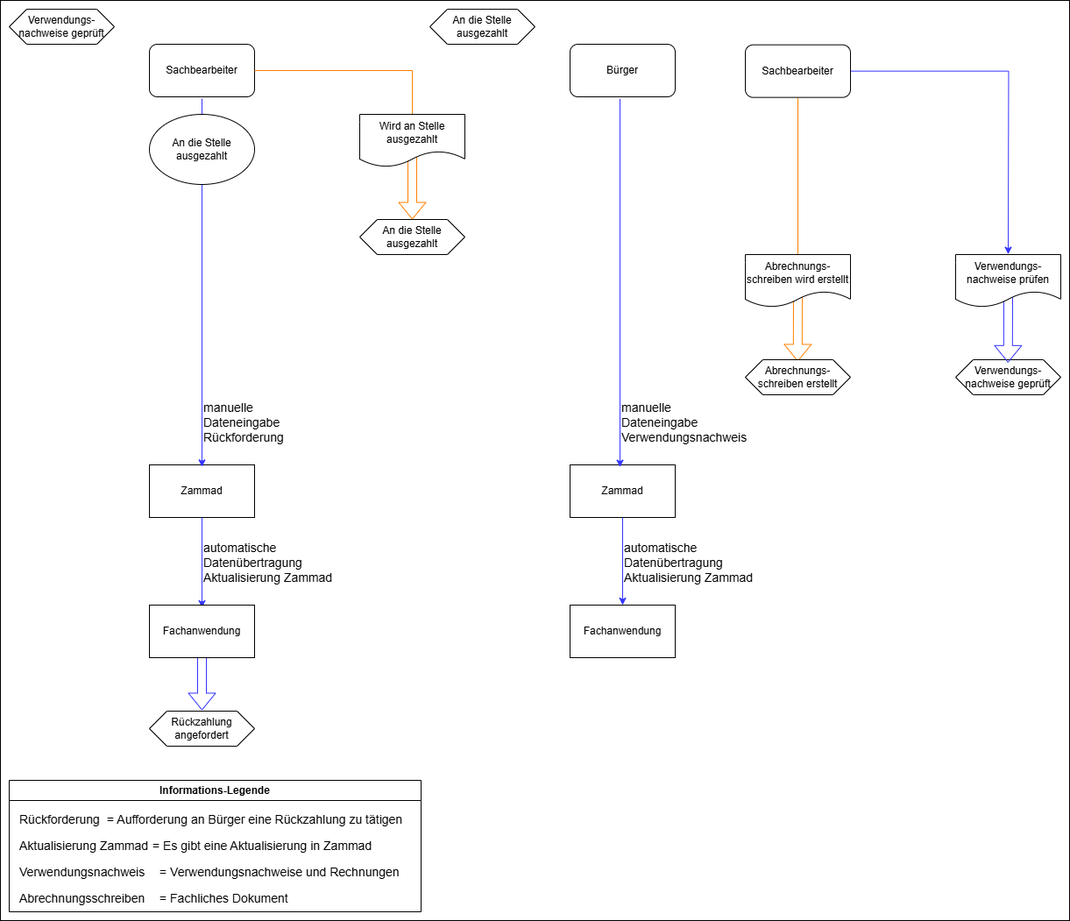
The draw.io diagram docs/src/about/dataflow-diagram/Finanzierung-state.png in it-at-m/stadtbezirksbudget, before a commit. Source tidied: cells renumbered, new cells last; positions are measured from the earlier drawing's top-left corner, leaving out a move shared by most shapes. The source it was exported from:
```xml
<mxGraphModel>
  <root>
    <mxCell id="0" />
    <mxCell id="1" parent="0" />
    <mxCell id="2" value="Verwendungs-&lt;div&gt;nachweise geprüft&lt;/div&gt;" style="shape=hexagon;perimeter=hexagonPerimeter2;whiteSpace=wrap;html=1;fixedSize=1;" parent="1" vertex="1">
      <mxGeometry x="10" y="10" width="120" height="40" as="geometry" />
    </mxCell>
    <mxCell id="3" value="Sachbearbeiter" style="rounded=1;whiteSpace=wrap;html=1;" parent="1" vertex="1">
      <mxGeometry x="170" y="50" width="120" height="60" as="geometry" />
    </mxCell>
    <mxCell id="4" value="Informations-Legende" style="swimlane;whiteSpace=wrap;html=1;" parent="1" vertex="1">
      <mxGeometry x="10" y="890" width="470" height="150" as="geometry" />
    </mxCell>
    <mxCell id="5" value="&lt;font style=&quot;font-size: 14px;&quot;&gt;=&lt;/font&gt;&lt;span style=&quot;font-size: 14px;&quot;&gt;&amp;nbsp;Aufforderung an Bürger eine Rückzahlung zu tätigen&lt;/span&gt;" style="text;html=1;align=left;verticalAlign=middle;strokeColor=none;fillColor=none;" parent="4" vertex="1">
      <mxGeometry x="110" y="30" width="360" height="30" as="geometry" />
    </mxCell>
    <mxCell id="6" value="&lt;span style=&quot;font-size: 14px;&quot;&gt;Rückforderung&lt;/span&gt;" style="text;whiteSpace=wrap;html=1;" parent="4" vertex="1">
      <mxGeometry x="10" y="30" width="160" height="30" as="geometry" />
    </mxCell>
    <mxCell id="7" value="&lt;font style=&quot;font-size: 14px;&quot;&gt;Aktualisierung Zammad&lt;/font&gt;" style="text;html=1;align=left;verticalAlign=middle;strokeColor=none;fillColor=none;" parent="4" vertex="1">
      <mxGeometry x="10" y="60" width="170" height="30" as="geometry" />
    </mxCell>
    <mxCell id="8" value="&lt;font style=&quot;font-size: 14px;&quot;&gt;= Es gibt eine Aktualisierung in Zammad&lt;/font&gt;" style="text;html=1;align=left;verticalAlign=middle;strokeColor=none;fillColor=none;" parent="4" vertex="1">
      <mxGeometry x="161.5" y="60" width="270" height="30" as="geometry" />
    </mxCell>
    <mxCell id="9" value="&lt;span style=&quot;font-size: 14px;&quot;&gt;Verwendungsnachweis&lt;/span&gt;" style="text;whiteSpace=wrap;html=1;" parent="4" vertex="1">
      <mxGeometry x="10" y="90" width="160" height="30" as="geometry" />
    </mxCell>
    <mxCell id="10" value="&lt;font style=&quot;font-size: 14px;&quot;&gt;=&lt;/font&gt;&lt;span style=&quot;font-size: 14px;&quot;&gt;&amp;nbsp;Verwendungsnachweise und Rechnungen&lt;/span&gt;" style="text;html=1;align=left;verticalAlign=middle;strokeColor=none;fillColor=none;" parent="4" vertex="1">
      <mxGeometry x="170" y="90" width="300" height="30" as="geometry" />
    </mxCell>
    <mxCell id="11" value="&lt;span style=&quot;font-size: 14px;&quot;&gt;Abrechnungsschreiben&lt;/span&gt;" style="text;whiteSpace=wrap;html=1;" parent="4" vertex="1">
      <mxGeometry x="10" y="120" width="160" height="30" as="geometry" />
    </mxCell>
    <mxCell id="12" value="&lt;span style=&quot;font-size: 14px;&quot;&gt;= Fachliches Dokument&lt;/span&gt;" style="text;html=1;align=left;verticalAlign=middle;strokeColor=none;fillColor=none;" parent="4" vertex="1">
      <mxGeometry x="170" y="120" width="170" height="30" as="geometry" />
    </mxCell>
    <mxCell id="13" value="Zammad" style="rounded=0;whiteSpace=wrap;html=1;" parent="1" vertex="1">
      <mxGeometry x="170" y="530" width="120" height="60" as="geometry" />
    </mxCell>
    <mxCell id="14" style="endArrow=classic;html=1;rounded=0;exitX=0.5;exitY=1;exitDx=0;exitDy=0;strokeColor=#3333FF;" parent="1" edge="1">
      <mxGeometry relative="1" as="geometry">
        <mxPoint x="230" y="112" as="sourcePoint" />
        <mxPoint x="230" y="532.3" as="targetPoint" />
      </mxGeometry>
    </mxCell>
    <mxCell id="15" value="&lt;div&gt;&lt;font style=&quot;font-size: 14px;&quot;&gt;manuelle&lt;br&gt;&lt;/font&gt;&lt;/div&gt;&lt;div&gt;&lt;font style=&quot;font-size: 14px;&quot;&gt;Dateneingabe&lt;/font&gt;&lt;/div&gt;&lt;div&gt;&lt;font style=&quot;font-size: 14px;&quot;&gt;Rückforderung&lt;/font&gt;&lt;/div&gt;" style="text;whiteSpace=wrap;html=1;" parent="1" vertex="1">
      <mxGeometry x="230" y="450" width="170" height="50" as="geometry" />
    </mxCell>
    <mxCell id="16" value="An die Stelle ausgezahlt" style="shape=hexagon;perimeter=hexagonPerimeter2;whiteSpace=wrap;html=1;fixedSize=1;" parent="1" vertex="1">
      <mxGeometry x="490" y="10" width="120" height="40" as="geometry" />
    </mxCell>
    <mxCell id="17" value="Bürger" style="rounded=1;whiteSpace=wrap;html=1;" parent="1" vertex="1">
      <mxGeometry x="650" y="50" width="120" height="60" as="geometry" />
    </mxCell>
    <mxCell id="18" value="Zammad" style="rounded=0;whiteSpace=wrap;html=1;" parent="1" vertex="1">
      <mxGeometry x="650" y="530" width="120" height="60" as="geometry" />
    </mxCell>
    <mxCell id="19" style="endArrow=classic;html=1;rounded=0;exitX=0.5;exitY=1;exitDx=0;exitDy=0;fillColor=#3333FF;strokeColor=#3333FF;" parent="1" edge="1">
      <mxGeometry relative="1" as="geometry">
        <mxPoint x="707" y="112.3" as="sourcePoint" />
        <mxPoint x="707" y="532.7" as="targetPoint" />
      </mxGeometry>
    </mxCell>
    <mxCell id="20" value="&lt;div&gt;&lt;font style=&quot;font-size: 14px;&quot;&gt;manuelle&lt;br&gt;&lt;/font&gt;&lt;/div&gt;&lt;div&gt;&lt;font style=&quot;font-size: 14px;&quot;&gt;Dateneingabe&lt;/font&gt;&lt;/div&gt;&lt;div&gt;&lt;font style=&quot;font-size: 14px;&quot;&gt;Verwendungsnachweis&lt;/font&gt;&lt;/div&gt;" style="text;whiteSpace=wrap;html=1;" parent="1" vertex="1">
      <mxGeometry x="707" y="450" width="170" height="50" as="geometry" />
    </mxCell>
    <mxCell id="21" style="endArrow=none;html=1;rounded=0;exitX=1;exitY=0.5;exitDx=0;exitDy=0;strokeColor=#FF8000;" parent="1" edge="1" source="3">
      <mxGeometry relative="1" as="geometry">
        <mxPoint x="470" y="80" as="targetPoint" />
      </mxGeometry>
    </mxCell>
    <mxCell id="22" style="endArrow=none;html=1;rounded=0;exitX=0.5;exitY=0;exitDx=0;exitDy=0;strokeColor=#FF8000;" parent="1" edge="1">
      <mxGeometry relative="1" as="geometry">
        <mxPoint x="470" y="129.7" as="sourcePoint" />
        <mxPoint x="470" y="80" as="targetPoint" />
      </mxGeometry>
    </mxCell>
    <mxCell id="23" style="endArrow=none;html=1;rounded=0;exitX=0.5;exitY=0;exitDx=0;exitDy=0;strokeColor=#FF8000;entryX=0.5;entryY=1;entryDx=0;entryDy=0;" parent="1" edge="1">
      <mxGeometry relative="1" as="geometry">
        <mxPoint x="910" y="292" as="sourcePoint" />
        <mxPoint x="910" y="111.3" as="targetPoint" />
      </mxGeometry>
    </mxCell>
    <mxCell id="24" style="edgeStyle=orthogonalEdgeStyle;rounded=0;jettySize=auto;html=1;entryX=0.5;entryY=0;entryDx=0;entryDy=0;strokeColor=#3333FF;" parent="1" edge="1" source="25">
      <mxGeometry relative="1" as="geometry">
        <mxPoint x="1150" y="289.7" as="targetPoint" />
      </mxGeometry>
    </mxCell>
    <mxCell id="25" value="Sachbearbeiter" style="rounded=1;whiteSpace=wrap;html=1;" parent="1" vertex="1">
      <mxGeometry x="850" y="50.7" width="120" height="60" as="geometry" />
    </mxCell>
    <mxCell id="26" value="An die Stelle ausgezahlt" style="ellipse;whiteSpace=wrap;html=1;" parent="1" vertex="1">
      <mxGeometry x="170" y="130" width="120" height="80" as="geometry" />
    </mxCell>
    <mxCell id="27" style="shape=flexArrow;endArrow=classic;html=1;rounded=0;strokeColor=#FF8000;" parent="1" edge="1">
      <mxGeometry relative="1" as="geometry">
        <mxPoint x="910" y="332" as="sourcePoint" />
        <mxPoint x="909.8" y="412" as="targetPoint" />
      </mxGeometry>
    </mxCell>
    <mxCell id="28" value="Abrechnungs-&lt;div&gt;schreiben erstellt&lt;/div&gt;" style="shape=hexagon;perimeter=hexagonPerimeter2;whiteSpace=wrap;html=1;fixedSize=1;" parent="1" vertex="1">
      <mxGeometry x="850" y="410" width="120" height="40" as="geometry" />
    </mxCell>
    <mxCell id="29" value="Abrechnungs-&lt;div&gt;schreiben wird erstellt&lt;/div&gt;" style="shape=document;whiteSpace=wrap;html=1;boundedLbl=1;" parent="1" vertex="1">
      <mxGeometry x="850" y="290" width="120" height="60" as="geometry" />
    </mxCell>
    <mxCell id="30" value="&lt;div&gt;&lt;font style=&quot;font-size: 14px;&quot;&gt;automatische&lt;/font&gt;&lt;/div&gt;&lt;div&gt;&lt;font style=&quot;font-size: 14px;&quot;&gt;Datenübertragung&lt;/font&gt;&lt;/div&gt;&lt;div&gt;&lt;font style=&quot;font-size: 14px;&quot;&gt;Aktualisierung Zammad&lt;/font&gt;&lt;/div&gt;" style="text;whiteSpace=wrap;html=1;" parent="1" vertex="1">
      <mxGeometry x="230" y="610" width="150" height="40" as="geometry" />
    </mxCell>
    <mxCell id="31" style="edgeStyle=orthogonalEdgeStyle;rounded=0;jettySize=auto;html=1;entryX=0.5;entryY=0;entryDx=0;entryDy=0;exitX=0.5;exitY=1;exitDx=0;exitDy=0;strokeColor=#3333FF;" parent="1" edge="1" source="13">
      <mxGeometry relative="1" as="geometry">
        <mxPoint x="230" y="693" as="targetPoint" />
      </mxGeometry>
    </mxCell>
    <mxCell id="32" value="&lt;div&gt;&lt;font style=&quot;font-size: 14px;&quot;&gt;automatische&lt;/font&gt;&lt;/div&gt;&lt;div&gt;&lt;font style=&quot;font-size: 14px;&quot;&gt;Datenübertragung&lt;/font&gt;&lt;/div&gt;&lt;div&gt;&lt;font style=&quot;font-size: 14px;&quot;&gt;Aktualisierung Zammad&lt;/font&gt;&lt;/div&gt;" style="text;whiteSpace=wrap;html=1;" parent="1" vertex="1">
      <mxGeometry x="710" y="610" width="150" height="40" as="geometry" />
    </mxCell>
    <mxCell id="33" style="edgeStyle=orthogonalEdgeStyle;rounded=0;jettySize=auto;html=1;entryX=0.5;entryY=0;entryDx=0;entryDy=0;exitX=0.5;exitY=1;exitDx=0;exitDy=0;strokeColor=#3333FF;" parent="1" edge="1" source="18" target="34">
      <mxGeometry relative="1" as="geometry" />
    </mxCell>
    <mxCell id="34" value="Fachanwendung" style="rounded=0;whiteSpace=wrap;html=1;" parent="1" vertex="1">
      <mxGeometry x="650" y="690" width="120" height="60" as="geometry" />
    </mxCell>
    <mxCell id="35" style="shape=flexArrow;endArrow=classic;html=1;rounded=0;strokeColor=#3333FF;" parent="1" edge="1">
      <mxGeometry relative="1" as="geometry">
        <mxPoint x="230" y="740" as="sourcePoint" />
        <mxPoint x="230" y="810" as="targetPoint" />
      </mxGeometry>
    </mxCell>
    <mxCell id="36" value="Rückzahlung angefordert" style="shape=hexagon;perimeter=hexagonPerimeter2;whiteSpace=wrap;html=1;fixedSize=1;" parent="1" vertex="1">
      <mxGeometry x="170" y="811" width="120" height="40" as="geometry" />
    </mxCell>
    <mxCell id="37" value="An die Stelle ausgezahlt" style="shape=hexagon;perimeter=hexagonPerimeter2;whiteSpace=wrap;html=1;fixedSize=1;" parent="1" vertex="1">
      <mxGeometry x="410" y="250" width="120" height="40" as="geometry" />
    </mxCell>
    <mxCell id="38" value="Verwendungs-&lt;div&gt;nachweise geprüft&lt;/div&gt;" style="shape=hexagon;perimeter=hexagonPerimeter2;whiteSpace=wrap;html=1;fixedSize=1;" parent="1" vertex="1">
      <mxGeometry x="1090" y="410" width="120" height="40" as="geometry" />
    </mxCell>
    <mxCell id="39" style="shape=flexArrow;endArrow=classic;html=1;rounded=0;entryX=0.5;entryY=0;entryDx=0;entryDy=0;strokeColor=#FF8000;" parent="1" edge="1" target="37">
      <mxGeometry relative="1" as="geometry">
        <mxPoint x="470" y="170" as="sourcePoint" />
      </mxGeometry>
    </mxCell>
    <mxCell id="40" value="Wird an Stelle ausgezahlt" style="shape=document;whiteSpace=wrap;html=1;boundedLbl=1;" parent="1" vertex="1">
      <mxGeometry x="410" y="130" width="120" height="60" as="geometry" />
    </mxCell>
    <mxCell id="41" value="Fachanwendung" style="rounded=0;whiteSpace=wrap;html=1;" parent="1" vertex="1">
      <mxGeometry x="170" y="690" width="120" height="60" as="geometry" />
    </mxCell>
    <mxCell id="42" style="shape=flexArrow;endArrow=classic;html=1;rounded=0;strokeColor=#3333FF;" parent="1" edge="1">
      <mxGeometry relative="1" as="geometry">
        <mxPoint x="1150" y="333.3" as="sourcePoint" />
        <mxPoint x="1149.8" y="413.3" as="targetPoint" />
      </mxGeometry>
    </mxCell>
    <mxCell id="43" value="Verwendungs-&lt;div&gt;nachweise prüfen&lt;/div&gt;" style="shape=document;whiteSpace=wrap;html=1;boundedLbl=1;" parent="1" vertex="1">
      <mxGeometry x="1090" y="290" width="120" height="60" as="geometry" />
    </mxCell>
    <mxCell id="44" style="rounded=0;whiteSpace=wrap;html=1;fillColor=none;" parent="1" vertex="1">
      <mxGeometry width="1220" height="1050" as="geometry" />
    </mxCell>
  </root>
</mxGraphModel>
```
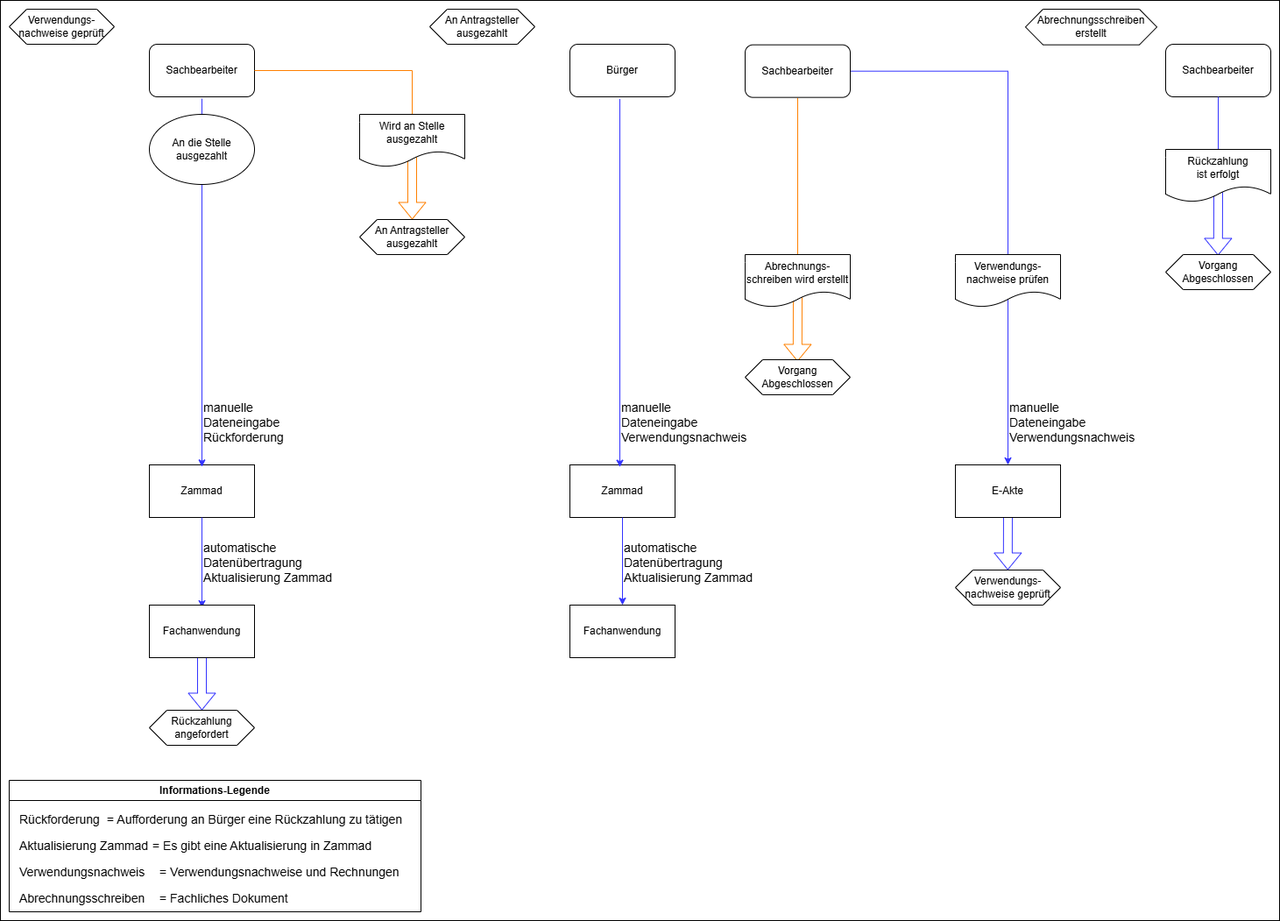
Later version of the same file.

The edit, as a diff of the source:
```diff
@@ -47,7 +47,7 @@
     <mxCell id="15" value="&lt;div&gt;&lt;font style=&quot;font-size: 14px;&quot;&gt;manuelle&lt;br&gt;&lt;/font&gt;&lt;/div&gt;&lt;div&gt;&lt;font style=&quot;font-size: 14px;&quot;&gt;Dateneingabe&lt;/font&gt;&lt;/div&gt;&lt;div&gt;&lt;font style=&quot;font-size: 14px;&quot;&gt;Rückforderung&lt;/font&gt;&lt;/div&gt;" style="text;whiteSpace=wrap;html=1;" parent="1" vertex="1">
       <mxGeometry x="230" y="450" width="170" height="50" as="geometry" />
     </mxCell>
-    <mxCell id="16" value="An die Stelle ausgezahlt" style="shape=hexagon;perimeter=hexagonPerimeter2;whiteSpace=wrap;html=1;fixedSize=1;" parent="1" vertex="1">
+    <mxCell id="16" value="An Antragsteller ausgezahlt" style="shape=hexagon;perimeter=hexagonPerimeter2;whiteSpace=wrap;html=1;fixedSize=1;" parent="1" vertex="1">
       <mxGeometry x="490" y="10" width="120" height="40" as="geometry" />
     </mxCell>
     <mxCell id="17" value="Bürger" style="rounded=1;whiteSpace=wrap;html=1;" parent="1" vertex="1">
@@ -82,10 +82,8 @@
         <mxPoint x="910" y="111.3" as="targetPoint" />
       </mxGeometry>
     </mxCell>
-    <mxCell id="24" style="edgeStyle=orthogonalEdgeStyle;rounded=0;jettySize=auto;html=1;entryX=0.5;entryY=0;entryDx=0;entryDy=0;strokeColor=#3333FF;" parent="1" edge="1" source="25">
-      <mxGeometry relative="1" as="geometry">
-        <mxPoint x="1150" y="289.7" as="targetPoint" />
-      </mxGeometry>
+    <mxCell id="24" style="edgeStyle=orthogonalEdgeStyle;rounded=0;jettySize=auto;html=1;entryX=0.5;entryY=0;entryDx=0;entryDy=0;strokeColor=#3333FF;" parent="1" edge="1" source="25" target="46">
+      <mxGeometry relative="1" as="geometry" />
     </mxCell>
     <mxCell id="25" value="Sachbearbeiter" style="rounded=1;whiteSpace=wrap;html=1;" parent="1" vertex="1">
       <mxGeometry x="850" y="50.7" width="120" height="60" as="geometry" />
@@ -99,7 +97,7 @@
         <mxPoint x="909.8" y="412" as="targetPoint" />
       </mxGeometry>
     </mxCell>
-    <mxCell id="28" value="Abrechnungs-&lt;div&gt;schreiben erstellt&lt;/div&gt;" style="shape=hexagon;perimeter=hexagonPerimeter2;whiteSpace=wrap;html=1;fixedSize=1;" parent="1" vertex="1">
+    <mxCell id="28" value="Vorgang Abgeschlossen" style="shape=hexagon;perimeter=hexagonPerimeter2;whiteSpace=wrap;html=1;fixedSize=1;" parent="1" vertex="1">
       <mxGeometry x="850" y="410" width="120" height="40" as="geometry" />
     </mxCell>
     <mxCell id="29" value="Abrechnungs-&lt;div&gt;schreiben wird erstellt&lt;/div&gt;" style="shape=document;whiteSpace=wrap;html=1;boundedLbl=1;" parent="1" vertex="1">
@@ -129,17 +127,15 @@
       </mxGeometry>
     </mxCell>
     <mxCell id="36" value="Rückzahlung angefordert" style="shape=hexagon;perimeter=hexagonPerimeter2;whiteSpace=wrap;html=1;fixedSize=1;" parent="1" vertex="1">
-      <mxGeometry x="170" y="811" width="120" height="40" as="geometry" />
+      <mxGeometry x="170" y="810" width="120" height="40" as="geometry" />
     </mxCell>
-    <mxCell id="37" value="An die Stelle ausgezahlt" style="shape=hexagon;perimeter=hexagonPerimeter2;whiteSpace=wrap;html=1;fixedSize=1;" parent="1" vertex="1">
-      <mxGeometry x="410" y="250" width="120" height="40" as="geometry" />
-    </mxCell>
     <mxCell id="38" value="Verwendungs-&lt;div&gt;nachweise geprüft&lt;/div&gt;" style="shape=hexagon;perimeter=hexagonPerimeter2;whiteSpace=wrap;html=1;fixedSize=1;" parent="1" vertex="1">
-      <mxGeometry x="1090" y="410" width="120" height="40" as="geometry" />
+      <mxGeometry x="1090" y="650" width="120" height="40" as="geometry" />
     </mxCell>
-    <mxCell id="39" style="shape=flexArrow;endArrow=classic;html=1;rounded=0;entryX=0.5;entryY=0;entryDx=0;entryDy=0;strokeColor=#FF8000;" parent="1" edge="1" target="37">
+    <mxCell id="39" style="shape=flexArrow;endArrow=classic;html=1;rounded=0;entryX=0.5;entryY=0;entryDx=0;entryDy=0;strokeColor=#FF8000;" parent="1" edge="1">
       <mxGeometry relative="1" as="geometry">
         <mxPoint x="470" y="170" as="sourcePoint" />
+        <mxPoint x="470" y="250" as="targetPoint" />
       </mxGeometry>
     </mxCell>
     <mxCell id="40" value="Wird an Stelle ausgezahlt" style="shape=document;whiteSpace=wrap;html=1;boundedLbl=1;" parent="1" vertex="1">
@@ -150,15 +146,47 @@
     </mxCell>
     <mxCell id="42" style="shape=flexArrow;endArrow=classic;html=1;rounded=0;strokeColor=#3333FF;" parent="1" edge="1">
       <mxGeometry relative="1" as="geometry">
-        <mxPoint x="1150" y="333.3" as="sourcePoint" />
-        <mxPoint x="1149.8" y="413.3" as="targetPoint" />
+        <mxPoint x="1150" y="570" as="sourcePoint" />
+        <mxPoint x="1149.8" y="650" as="targetPoint" />
       </mxGeometry>
     </mxCell>
     <mxCell id="43" value="Verwendungs-&lt;div&gt;nachweise prüfen&lt;/div&gt;" style="shape=document;whiteSpace=wrap;html=1;boundedLbl=1;" parent="1" vertex="1">
       <mxGeometry x="1090" y="290" width="120" height="60" as="geometry" />
     </mxCell>
-    <mxCell id="44" style="rounded=0;whiteSpace=wrap;html=1;fillColor=none;" parent="1" vertex="1">
-      <mxGeometry width="1220" height="1050" as="geometry" />
-    </mxCell>
+    <mxCell id="45" value="An Antragsteller ausgezahlt" style="shape=hexagon;perimeter=hexagonPerimeter2;whiteSpace=wrap;html=1;fixedSize=1;" parent="1" vertex="1">
+      <mxGeometry x="410" y="250" width="120" height="40" as="geometry" />
+    </mxCell>
+    <mxCell id="46" value="E-Akte" style="rounded=0;whiteSpace=wrap;html=1;" parent="1" vertex="1">
+      <mxGeometry x="1090" y="530" width="120" height="60" as="geometry" />
+    </mxCell>
+    <mxCell id="47" value="&lt;div&gt;&lt;font style=&quot;font-size: 14px;&quot;&gt;manuelle&lt;br&gt;&lt;/font&gt;&lt;/div&gt;&lt;div&gt;&lt;font style=&quot;font-size: 14px;&quot;&gt;Dateneingabe&lt;/font&gt;&lt;/div&gt;&lt;div&gt;&lt;font style=&quot;font-size: 14px;&quot;&gt;Verwendungsnachweis&lt;/font&gt;&lt;/div&gt;" style="text;whiteSpace=wrap;html=1;" parent="1" vertex="1">
+      <mxGeometry x="1150" y="450" width="170" height="50" as="geometry" />
+    </mxCell>
+    <mxCell id="48" value="Abrechnungsschreiben erstellt" style="shape=hexagon;perimeter=hexagonPerimeter2;whiteSpace=wrap;html=1;fixedSize=1;" parent="1" vertex="1">
+      <mxGeometry x="1170" y="10" width="150" height="40.7" as="geometry" />
+    </mxCell>
+    <mxCell id="49" value="Sachbearbeiter" style="rounded=1;whiteSpace=wrap;html=1;" parent="1" vertex="1">
+      <mxGeometry x="1330" y="50" width="120" height="60" as="geometry" />
+    </mxCell>
+    <mxCell id="50" style="endArrow=none;html=1;rounded=0;entryX=0.5;entryY=1;entryDx=0;entryDy=0;exitX=0.5;exitY=0;exitDx=0;exitDy=0;strokeColor=#3333FF;" parent="1" edge="1" target="49">
+      <mxGeometry relative="1" as="geometry">
+        <mxPoint x="1390" y="170" as="sourcePoint" />
+      </mxGeometry>
+    </mxCell>
+    <mxCell id="51" style="shape=flexArrow;endArrow=classic;html=1;rounded=0;strokeColor=#3333FF;" parent="1" edge="1">
+      <mxGeometry relative="1" as="geometry">
+        <mxPoint x="1390" y="211" as="sourcePoint" />
+        <mxPoint x="1389.8" y="291" as="targetPoint" />
+      </mxGeometry>
+    </mxCell>
+    <mxCell id="52" value="Vorgang Abgeschlossen" style="shape=hexagon;perimeter=hexagonPerimeter2;whiteSpace=wrap;html=1;fixedSize=1;" parent="1" vertex="1">
+      <mxGeometry x="1330" y="290" width="120" height="40" as="geometry" />
+    </mxCell>
+    <mxCell id="53" value="Rückzahlung&lt;div&gt;ist erfolgt&lt;/div&gt;" style="shape=document;whiteSpace=wrap;html=1;boundedLbl=1;" parent="1" vertex="1">
+      <mxGeometry x="1330" y="170" width="120" height="60" as="geometry" />
+    </mxCell>
+    <mxCell id="54" style="rounded=0;whiteSpace=wrap;html=1;fillColor=none;" parent="1" vertex="1">
+      <mxGeometry width="1460" height="1050" as="geometry" />
+    </mxCell>
   </root>
 </mxGraphModel>
```
